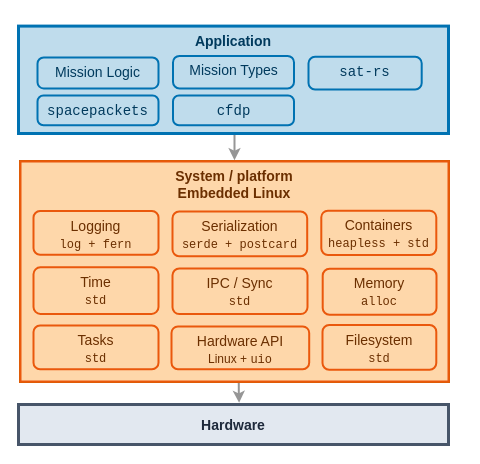
Above: static/sat-rs/book/images/satrs-arch-linux.drawio in robamu/robamu.github.io (draw.io), before the change. Source tidied: cells renumbered, new cells numbered last; positions are measured from the earlier drawing's top-left corner, leaving out a move shared by most shapes. Both pictures are drawn from the tidied source at 100%, with x=0, y=0 at pixel (18, 26).
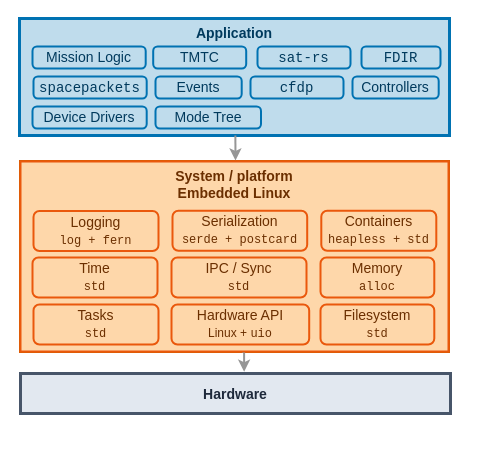
After the change.

Change to the diagram source:
```diff
@@
+    <mxCell id="5" style="group;fillColor=#FFF7ED;rounded=0;labelBackgroundColor=none;fontColor=#6B2F00;strokeColor=#D55E00;strokeWidth=3;perimeterSpacing=1;" parent="1" vertex="1">
+      <mxGeometry x="2" y="135" width="428" height="190" as="geometry" />
+    </mxCell>
     <mxCell id="2" value="Hardware" style="rounded=0;arcSize=20;strokeWidth=3;fillColor=#E2E8F0;strokeColor=#475569;fontColor=#1E293B;labelBackgroundColor=none;fontStyle=1;fontSize=14;perimeterSpacing=1;" parent="1" vertex="1">
-      <mxGeometry y="378" width="430" height="40" as="geometry" />
+      <mxGeometry x="2" y="347" width="430" height="40" as="geometry" />
     </mxCell>
-    <mxCell id="3" style="rounded=0;jettySize=auto;html=1;strokeWidth=2;labelBackgroundColor=none;strokeColor=#969696;fontColor=default;entryX=0.513;entryY=-0.015;entryDx=0;entryDy=0;entryPerimeter=0;endArrow=classic;endFill=1;edgeStyle=orthogonalEdgeStyle;exitX=0.51;exitY=1.006;exitDx=0;exitDy=0;exitPerimeter=0;" parent="1" edge="1" source="6" target="2">
+    <mxCell id="3" style="rounded=0;jettySize=auto;html=1;strokeWidth=2;labelBackgroundColor=none;strokeColor=#969696;fontColor=default;entryX=0.52;entryY=-0.019;entryDx=0;entryDy=0;entryPerimeter=0;endArrow=classic;endFill=1;edgeStyle=orthogonalEdgeStyle;exitX=0.518;exitY=1.002;exitDx=0;exitDy=0;exitPerimeter=0;" parent="1" edge="1" source="6" target="2">
       <mxGeometry relative="1" as="geometry">
         <Array as="points">
-          <mxPoint x="220.3" y="365" />
-          <mxPoint x="220.6" y="365" />
+          <mxPoint x="223.6" y="325.4" />
         </Array>
       </mxGeometry>
     </mxCell>
-    <mxCell id="4" style="rounded=0;jettySize=auto;html=1;entryX=0.5;entryY=-0.006;entryDx=0;entryDy=0;entryPerimeter=0;strokeWidth=2;labelBackgroundColor=none;fontColor=default;exitX=0.445;exitY=0.994;exitDx=0;exitDy=0;exitPerimeter=0;edgeStyle=orthogonalEdgeStyle;curved=0;strokeColor=#969696;" parent="1" edge="1" target="6">
-      <mxGeometry relative="1" as="geometry">
-        <mxPoint x="200" y="99.5" as="sourcePoint" />
-      </mxGeometry>
-    </mxCell>
-    <mxCell id="5" style="group;fillColor=#FFF7ED;rounded=0;labelBackgroundColor=none;fontColor=#6B2F00;strokeColor=#D55E00;strokeWidth=3;perimeterSpacing=1;" parent="1" vertex="1">
-      <mxGeometry x="2" y="135" width="428" height="220" as="geometry" />
-    </mxCell>
+    <mxCell id="22" value=" " style="group;" parent="1" vertex="1">
+      <mxGeometry x="1" y="-5" width="443" height="139" as="geometry" />
+    </mxCell>
+    <mxCell id="23" style="group;" parent="22" vertex="1">
+      <mxGeometry width="443" height="114" as="geometry" />
+    </mxCell>
+    <mxCell id="16" value="Application" style="rounded=0;arcSize=20;strokeWidth=3;fillColor=#BFDCEC;strokeColor=#0072B2;fontSize=14;fontColor=#003A5D;labelBackgroundColor=none;fontStyle=1;labelPosition=center;verticalLabelPosition=middle;align=center;verticalAlign=top;spacingTop=0;perimeterSpacing=1;" parent="23" vertex="1">
+      <mxGeometry y="-3" width="430" height="117" as="geometry" />
+    </mxCell>
+    <mxCell id="17" value="&lt;span style=&quot;font-weight: normal;&quot;&gt;Mission Logic&lt;/span&gt;" style="rounded=1;whiteSpace=wrap;html=1;fillColor=#BFDCEC;fontColor=#003A5D;strokeColor=#0072B2;labelBackgroundColor=none;strokeWidth=2;align=center;verticalAlign=middle;fontFamily=Helvetica;fontSize=14;fontStyle=1;spacingTop=0;arcSize=20;" parent="23" vertex="1">
+      <mxGeometry x="13" y="25" width="113.2" height="22" as="geometry" />
+    </mxCell>
+    <mxCell id="18" value="&lt;span style=&quot;font-weight: normal;&quot;&gt;&lt;font face=&quot;Courier New&quot;&gt;sat-rs&lt;/font&gt;&lt;/span&gt;" style="rounded=1;whiteSpace=wrap;html=1;fillColor=#BFDCEC;fontColor=#003A5D;strokeColor=#0072B2;labelBackgroundColor=none;strokeWidth=2;align=center;verticalAlign=middle;fontFamily=Helvetica;fontSize=14;fontStyle=1;spacingTop=0;arcSize=20;" parent="23" vertex="1">
+      <mxGeometry x="238" y="25" width="93" height="22" as="geometry" />
+    </mxCell>
+    <mxCell id="20" value="&lt;span style=&quot;font-weight: normal;&quot;&gt;&lt;font face=&quot;Courier New&quot;&gt;spacepackets&lt;/font&gt;&lt;/span&gt;" style="rounded=1;whiteSpace=wrap;html=1;fillColor=#BFDCEC;fontColor=#003A5D;strokeColor=#0072B2;labelBackgroundColor=none;strokeWidth=2;align=center;verticalAlign=middle;fontFamily=Helvetica;fontSize=14;fontStyle=1;spacingTop=0;arcSize=20;" parent="23" vertex="1">
+      <mxGeometry x="14" y="55" width="113.2" height="22" as="geometry" />
+    </mxCell>
+    <mxCell id="24" value="&lt;span style=&quot;font-weight: normal;&quot;&gt;Events&lt;/span&gt;" style="rounded=1;whiteSpace=wrap;html=1;fillColor=#BFDCEC;fontColor=#003A5D;strokeColor=#0072B2;labelBackgroundColor=none;strokeWidth=2;align=center;verticalAlign=middle;fontFamily=Helvetica;fontSize=14;fontStyle=1;spacingTop=0;arcSize=20;" parent="23" vertex="1">
+      <mxGeometry x="136" y="55" width="86.2" height="22" as="geometry" />
+    </mxCell>
+    <mxCell id="21" value="&lt;span style=&quot;font-weight: normal;&quot;&gt;&lt;font face=&quot;Courier New&quot;&gt;cfdp&lt;/font&gt;&lt;/span&gt;" style="rounded=1;whiteSpace=wrap;html=1;fillColor=#BFDCEC;fontColor=#003A5D;strokeColor=#0072B2;labelBackgroundColor=none;strokeWidth=2;align=center;verticalAlign=middle;fontFamily=Helvetica;fontSize=14;fontStyle=1;spacingTop=0;arcSize=20;" parent="23" vertex="1">
+      <mxGeometry x="231" y="55" width="93" height="22" as="geometry" />
+    </mxCell>
+    <mxCell id="25" value="&lt;span style=&quot;font-weight: normal;&quot;&gt;Device Drivers&lt;/span&gt;" style="rounded=1;whiteSpace=wrap;html=1;fillColor=#BFDCEC;fontColor=#003A5D;strokeColor=#0072B2;labelBackgroundColor=none;strokeWidth=2;align=center;verticalAlign=middle;fontFamily=Helvetica;fontSize=14;fontStyle=1;spacingTop=0;arcSize=20;" parent="23" vertex="1">
+      <mxGeometry x="13" y="85" width="114.2" height="22" as="geometry" />
+    </mxCell>
+    <mxCell id="26" value="&lt;span style=&quot;font-weight: normal;&quot;&gt;Mode Tree&lt;/span&gt;" style="rounded=1;whiteSpace=wrap;html=1;fillColor=#BFDCEC;fontColor=#003A5D;strokeColor=#0072B2;labelBackgroundColor=none;strokeWidth=2;align=center;verticalAlign=middle;fontFamily=Helvetica;fontSize=14;fontStyle=1;spacingTop=0;arcSize=20;" parent="23" vertex="1">
+      <mxGeometry x="136" y="85" width="105.5" height="22" as="geometry" />
+    </mxCell>
+    <mxCell id="27" value="&lt;span style=&quot;font-weight: normal;&quot;&gt;Controllers&lt;/span&gt;" style="rounded=1;whiteSpace=wrap;html=1;fillColor=#BFDCEC;fontColor=#003A5D;strokeColor=#0072B2;labelBackgroundColor=none;strokeWidth=2;align=center;verticalAlign=middle;fontFamily=Helvetica;fontSize=14;fontStyle=1;spacingTop=0;arcSize=20;" parent="23" vertex="1">
+      <mxGeometry x="333" y="55" width="86.2" height="22" as="geometry" />
+    </mxCell>
+    <mxCell id="28" value="&lt;span style=&quot;font-weight: normal;&quot;&gt;TMTC&lt;/span&gt;" style="rounded=1;whiteSpace=wrap;html=1;fillColor=#BFDCEC;fontColor=#003A5D;strokeColor=#0072B2;labelBackgroundColor=none;strokeWidth=2;align=center;verticalAlign=middle;fontFamily=Helvetica;fontSize=14;fontStyle=1;spacingTop=0;arcSize=20;" parent="23" vertex="1">
+      <mxGeometry x="133.7" y="25" width="93" height="22" as="geometry" />
+    </mxCell>
+    <mxCell id="29" value="&lt;span style=&quot;font-weight: normal;&quot;&gt;&lt;font face=&quot;Courier New&quot;&gt;FDIR&lt;/font&gt;&lt;/span&gt;" style="rounded=1;whiteSpace=wrap;html=1;fillColor=#BFDCEC;fontColor=#003A5D;strokeColor=#0072B2;labelBackgroundColor=none;strokeWidth=2;align=center;verticalAlign=middle;fontFamily=Helvetica;fontSize=14;fontStyle=1;spacingTop=0;arcSize=20;" parent="23" vertex="1">
+      <mxGeometry x="342" y="25" width="79" height="22" as="geometry" />
+    </mxCell>
+    <mxCell id="30" style="rounded=0;jettySize=auto;html=1;entryX=0.5;entryY=-0.006;entryDx=0;entryDy=0;entryPerimeter=0;strokeWidth=2;labelBackgroundColor=none;fontColor=default;exitX=0.502;exitY=0.992;exitDx=0;exitDy=0;exitPerimeter=0;edgeStyle=orthogonalEdgeStyle;curved=0;strokeColor=#969696;" parent="22" edge="1" source="16">
+      <mxGeometry relative="1" as="geometry">
+        <mxPoint x="216" y="139" as="targetPoint" />
+      </mxGeometry>
+    </mxCell>
-    <mxCell id="6" value="System / platform&#10;Embedded Linux" style="whiteSpace=wrap;strokeWidth=2;verticalAlign=top;fillColor=#FED7AA;strokeColor=#EA580C;fontColor=#6B2F00;fontSize=14;rounded=0;labelBackgroundColor=none;fontStyle=1;" parent="5" vertex="1">
-      <mxGeometry width="428" height="220" as="geometry" />
+    <mxCell id="6" value="System / platform&#10;Embedded Linux" style="whiteSpace=wrap;strokeWidth=2;verticalAlign=top;fillColor=#FED7AA;strokeColor=#EA580C;fontColor=#6B2F00;fontSize=14;rounded=0;labelBackgroundColor=none;fontStyle=1;" parent="1" vertex="1">
+      <mxGeometry x="2" y="135" width="428" height="190" as="geometry" />
     </mxCell>
-    <mxCell id="7" value="&lt;span style=&quot;font-weight: normal;&quot;&gt;Logging&lt;br&gt;&lt;/span&gt;&lt;div&gt;&lt;span style=&quot;font-weight: normal;&quot;&gt;&lt;font face=&quot;Courier New&quot; style=&quot;font-size: 12px;&quot;&gt;log + fern&lt;/font&gt;&lt;/span&gt;&lt;/div&gt;" style="rounded=1;whiteSpace=wrap;html=1;fillColor=#FED7AA;fontColor=#6B2F00;strokeColor=#EA580C;labelBackgroundColor=none;strokeWidth=2;align=center;verticalAlign=top;fontFamily=Helvetica;fontSize=14;fontStyle=1;" parent="5" vertex="1">
-      <mxGeometry x="13" y="49.5" width="125" height="43.7" as="geometry" />
+    <mxCell id="7" value="&lt;span style=&quot;font-weight: normal;&quot;&gt;Logging&lt;br&gt;&lt;/span&gt;&lt;div&gt;&lt;span style=&quot;font-weight: normal;&quot;&gt;&lt;font face=&quot;Courier New&quot; style=&quot;font-size: 12px;&quot;&gt;log + fern&lt;/font&gt;&lt;/span&gt;&lt;/div&gt;" style="rounded=1;whiteSpace=wrap;html=1;fillColor=#FED7AA;fontColor=#6B2F00;strokeColor=#EA580C;labelBackgroundColor=none;strokeWidth=2;align=center;verticalAlign=middle;fontFamily=Helvetica;fontSize=14;fontStyle=1;" parent="1" vertex="1">
+      <mxGeometry x="15" y="184.5" width="125" height="40" as="geometry" />
     </mxCell>
-    <mxCell id="8" value="&lt;span style=&quot;font-weight: normal;&quot;&gt;Serialization&lt;br&gt;&lt;font face=&quot;Courier New&quot; style=&quot;font-size: 12px;&quot;&gt;serde + postcard&lt;/font&gt;&lt;/span&gt;" style="rounded=1;whiteSpace=wrap;html=1;fillColor=#FED7AA;fontColor=#6B2F00;strokeColor=#EA580C;labelBackgroundColor=none;strokeWidth=2;align=center;verticalAlign=top;fontFamily=Helvetica;fontSize=14;fontStyle=1;" parent="5" vertex="1">
-      <mxGeometry x="152" y="50" width="134.7" height="44.7" as="geometry" />
+    <mxCell id="8" value="&lt;span style=&quot;font-weight: normal;&quot;&gt;Serialization&lt;br&gt;&lt;font face=&quot;Courier New&quot; style=&quot;font-size: 12px;&quot;&gt;serde + postcard&lt;/font&gt;&lt;/span&gt;" style="rounded=1;whiteSpace=wrap;html=1;fillColor=#FED7AA;fontColor=#6B2F00;strokeColor=#EA580C;labelBackgroundColor=none;strokeWidth=2;align=center;verticalAlign=middle;fontFamily=Helvetica;fontSize=14;fontStyle=1;" parent="1" vertex="1">
+      <mxGeometry x="154" y="184.2" width="134.7" height="40" as="geometry" />
     </mxCell>
-    <mxCell id="9" value="&lt;span style=&quot;font-weight: normal;&quot;&gt;Containers&lt;br&gt;&lt;font face=&quot;Courier New&quot; style=&quot;font-size: 12px;&quot;&gt;heapless + std&lt;/font&gt;&lt;/span&gt;" style="rounded=1;whiteSpace=wrap;html=1;fillColor=#FED7AA;fontColor=#6B2F00;strokeColor=#EA580C;labelBackgroundColor=none;strokeWidth=2;align=center;verticalAlign=top;fontFamily=Helvetica;fontSize=14;fontStyle=1;" parent="5" vertex="1">
-      <mxGeometry x="300.8" y="49.2" width="115" height="44.3" as="geometry" />
+    <mxCell id="9" value="&lt;span style=&quot;font-weight: normal;&quot;&gt;Containers&lt;br&gt;&lt;font face=&quot;Courier New&quot; style=&quot;font-size: 12px;&quot;&gt;heapless + std&lt;/font&gt;&lt;/span&gt;" style="rounded=1;whiteSpace=wrap;html=1;fillColor=#FED7AA;fontColor=#6B2F00;strokeColor=#EA580C;labelBackgroundColor=none;strokeWidth=2;align=center;verticalAlign=middle;fontFamily=Helvetica;fontSize=14;fontStyle=1;" parent="1" vertex="1">
+      <mxGeometry x="302.8" y="184.2" width="115" height="40" as="geometry" />
     </mxCell>
-    <mxCell id="10" value="&lt;span style=&quot;font-weight: normal;&quot;&gt;Time&lt;br&gt;&lt;font style=&quot;font-size: 12px;&quot; face=&quot;Courier New&quot;&gt;std&lt;/font&gt;&lt;/span&gt;" style="rounded=1;whiteSpace=wrap;html=1;fillColor=#FED7AA;fontColor=#6B2F00;strokeColor=#EA580C;labelBackgroundColor=none;strokeWidth=2;align=center;verticalAlign=top;fontFamily=Helvetica;fontSize=14;fontStyle=1;" parent="5" vertex="1">
-      <mxGeometry x="13" y="105.8" width="125" height="46.6" as="geometry" />
+    <mxCell id="10" value="&lt;span style=&quot;font-weight: normal;&quot;&gt;Time&lt;br&gt;&lt;font style=&quot;font-size: 12px;&quot; face=&quot;Courier New&quot;&gt;std&lt;/font&gt;&lt;/span&gt;" style="rounded=1;whiteSpace=wrap;html=1;fillColor=#FED7AA;fontColor=#6B2F00;strokeColor=#EA580C;labelBackgroundColor=none;strokeWidth=2;align=center;verticalAlign=middle;fontFamily=Helvetica;fontSize=14;fontStyle=1;" parent="1" vertex="1">
+      <mxGeometry x="14" y="231" width="125" height="40" as="geometry" />
     </mxCell>
-    <mxCell id="11" value="&lt;span style=&quot;font-weight: normal;&quot;&gt;IPC / Sync&lt;br&gt;&lt;/span&gt;&lt;div&gt;&lt;span style=&quot;font-weight: normal;&quot;&gt;&lt;font style=&quot;font-size: 12px;&quot; face=&quot;Courier New&quot;&gt;std&lt;/font&gt;&lt;/span&gt;&lt;/div&gt;" style="rounded=1;whiteSpace=wrap;html=1;fillColor=#FED7AA;fontColor=#6B2F00;strokeColor=#EA580C;labelBackgroundColor=none;strokeWidth=2;align=center;verticalAlign=top;fontFamily=Helvetica;fontSize=14;fontStyle=1;" parent="5" vertex="1">
-      <mxGeometry x="152" y="107" width="135" height="45.6" as="geometry" />
+    <mxCell id="11" value="&lt;span style=&quot;font-weight: normal;&quot;&gt;IPC / Sync&lt;br&gt;&lt;/span&gt;&lt;div&gt;&lt;span style=&quot;font-weight: normal;&quot;&gt;&lt;font style=&quot;font-size: 12px;&quot; face=&quot;Courier New&quot;&gt;std&lt;/font&gt;&lt;/span&gt;&lt;/div&gt;" style="rounded=1;whiteSpace=wrap;html=1;fillColor=#FED7AA;fontColor=#6B2F00;strokeColor=#EA580C;labelBackgroundColor=none;strokeWidth=2;align=center;verticalAlign=middle;fontFamily=Helvetica;fontSize=14;fontStyle=1;" parent="1" vertex="1">
+      <mxGeometry x="153" y="231" width="135" height="40" as="geometry" />
     </mxCell>
-    <mxCell id="12" value="&lt;span style=&quot;font-weight: normal;&quot;&gt;Memory&lt;br&gt;&lt;font face=&quot;Courier New&quot; style=&quot;font-size: 12px;&quot;&gt;alloc&lt;/font&gt;&lt;/span&gt;" style="rounded=1;whiteSpace=wrap;html=1;fillColor=#FED7AA;fontColor=#6B2F00;strokeColor=#EA580C;labelBackgroundColor=none;strokeWidth=2;align=center;verticalAlign=top;fontFamily=Helvetica;fontSize=14;fontStyle=1;" parent="5" vertex="1">
-      <mxGeometry x="302.2" y="107.2" width="113.8" height="46.1" as="geometry" />
+    <mxCell id="12" value="&lt;span style=&quot;font-weight: normal;&quot;&gt;Memory&lt;br&gt;&lt;font face=&quot;Courier New&quot; style=&quot;font-size: 12px;&quot;&gt;alloc&lt;/font&gt;&lt;/span&gt;" style="rounded=1;whiteSpace=wrap;html=1;fillColor=#FED7AA;fontColor=#6B2F00;strokeColor=#EA580C;labelBackgroundColor=none;strokeWidth=2;align=center;verticalAlign=middle;fontFamily=Helvetica;fontSize=14;fontStyle=1;" parent="1" vertex="1">
+      <mxGeometry x="302" y="231" width="113.8" height="40" as="geometry" />
     </mxCell>
-    <mxCell id="13" value="&lt;span style=&quot;font-weight: normal;&quot;&gt;Tasks&lt;br&gt;&lt;font face=&quot;Courier New&quot;&gt;&lt;span style=&quot;font-size: 12px;&quot;&gt;std&lt;/span&gt;&lt;/font&gt;&lt;/span&gt;" style="rounded=1;whiteSpace=wrap;html=1;fillColor=#FED7AA;fontColor=#6B2F00;strokeColor=#EA580C;labelBackgroundColor=none;strokeWidth=2;align=center;verticalAlign=top;fontFamily=Helvetica;fontSize=14;fontStyle=1;" parent="5" vertex="1">
-      <mxGeometry x="13" y="164" width="125" height="43.7" as="geometry" />
+    <mxCell id="13" value="&lt;span style=&quot;font-weight: normal;&quot;&gt;Tasks&lt;br&gt;&lt;font face=&quot;Courier New&quot;&gt;&lt;span style=&quot;font-size: 12px;&quot;&gt;std&lt;/span&gt;&lt;/font&gt;&lt;/span&gt;" style="rounded=1;whiteSpace=wrap;html=1;fillColor=#FED7AA;fontColor=#6B2F00;strokeColor=#EA580C;labelBackgroundColor=none;strokeWidth=2;align=center;verticalAlign=middle;fontFamily=Helvetica;fontSize=14;fontStyle=1;" parent="1" vertex="1">
+      <mxGeometry x="15" y="278" width="125" height="40" as="geometry" />
     </mxCell>
-    <mxCell id="14" value="&lt;span style=&quot;font-weight: normal;&quot;&gt;Hardware API&lt;/span&gt;&lt;div&gt;&lt;span style=&quot;font-weight: normal;&quot;&gt;&lt;font style=&quot;font-size: 12px;&quot;&gt;Linux + &lt;font face=&quot;Courier New&quot;&gt;uio&lt;/font&gt;&lt;/font&gt;&lt;/span&gt;&lt;/div&gt;" style="rounded=1;whiteSpace=wrap;html=1;fillColor=#FED7AA;fontColor=#6B2F00;strokeColor=#EA580C;labelBackgroundColor=none;strokeWidth=2;align=center;verticalAlign=top;fontFamily=Helvetica;fontSize=14;fontStyle=1;" parent="5" vertex="1">
-      <mxGeometry x="151" y="165" width="137.7" height="42.7" as="geometry" />
+    <mxCell id="14" value="&lt;span style=&quot;font-weight: normal;&quot;&gt;Hardware API&lt;/span&gt;&lt;div&gt;&lt;span style=&quot;font-weight: normal;&quot;&gt;&lt;font style=&quot;font-size: 12px;&quot;&gt;Linux + &lt;font face=&quot;Courier New&quot;&gt;uio&lt;/font&gt;&lt;/font&gt;&lt;/span&gt;&lt;/div&gt;" style="rounded=1;whiteSpace=wrap;html=1;fillColor=#FED7AA;fontColor=#6B2F00;strokeColor=#EA580C;labelBackgroundColor=none;strokeWidth=2;align=center;verticalAlign=middle;fontFamily=Helvetica;fontSize=14;fontStyle=1;" parent="1" vertex="1">
+      <mxGeometry x="153" y="278" width="137.7" height="40" as="geometry" />
     </mxCell>
-    <mxCell id="15" value="&lt;span style=&quot;font-weight: normal;&quot;&gt;Filesystem&lt;br&gt;&lt;font face=&quot;Courier New&quot; style=&quot;font-size: 12px;&quot;&gt;std&lt;/font&gt;&lt;/span&gt;" style="rounded=1;whiteSpace=wrap;html=1;fillColor=#FED7AA;fontColor=#6B2F00;strokeColor=#EA580C;labelBackgroundColor=none;strokeWidth=2;align=center;verticalAlign=top;fontFamily=Helvetica;fontSize=14;fontStyle=1;" parent="5" vertex="1">
-      <mxGeometry x="302" y="163.5" width="113.8" height="44.7" as="geometry" />
+    <mxCell id="15" value="&lt;span style=&quot;font-weight: normal;&quot;&gt;Filesystem&lt;br&gt;&lt;font face=&quot;Courier New&quot; style=&quot;font-size: 12px;&quot;&gt;std&lt;/font&gt;&lt;/span&gt;" style="rounded=1;whiteSpace=wrap;html=1;fillColor=#FED7AA;fontColor=#6B2F00;strokeColor=#EA580C;labelBackgroundColor=none;strokeWidth=2;align=center;verticalAlign=middle;fontFamily=Helvetica;fontSize=14;fontStyle=1;" parent="1" vertex="1">
+      <mxGeometry x="302" y="278" width="113.8" height="40" as="geometry" />
     </mxCell>
-    <mxCell id="16" value="Application" style="rounded=0;arcSize=20;strokeWidth=3;fillColor=#BFDCEC;strokeColor=#0072B2;fontSize=14;fontColor=#003A5D;labelBackgroundColor=none;fontStyle=1;labelPosition=center;verticalLabelPosition=middle;align=center;verticalAlign=top;spacingTop=0;" parent="1" vertex="1">
-      <mxGeometry y="-0.4" width="430" height="107.4" as="geometry" />
-    </mxCell>
-    <mxCell id="17" value="&lt;span style=&quot;font-weight: normal;&quot;&gt;Mission Logic&lt;/span&gt;" style="rounded=1;whiteSpace=wrap;html=1;fillColor=#BFDCEC;fontColor=#003A5D;strokeColor=#0072B2;labelBackgroundColor=none;strokeWidth=2;align=center;verticalAlign=top;fontFamily=Helvetica;fontSize=14;fontStyle=1;spacingTop=0;arcSize=20;" parent="1" vertex="1">
-      <mxGeometry x="19" y="31" width="121" height="30.9" as="geometry" />
-    </mxCell>
-    <mxCell id="18" value="&lt;span style=&quot;font-weight: normal;&quot;&gt;&lt;font face=&quot;Courier New&quot;&gt;sat-rs&lt;/font&gt;&lt;/span&gt;" style="rounded=1;whiteSpace=wrap;html=1;fillColor=#BFDCEC;fontColor=#003A5D;strokeColor=#0072B2;labelBackgroundColor=none;strokeWidth=2;align=center;verticalAlign=top;fontFamily=Helvetica;fontSize=14;fontStyle=1;spacingTop=0;arcSize=20;" parent="1" vertex="1">
-      <mxGeometry x="290" y="30.3" width="113.2" height="32.6" as="geometry" />
-    </mxCell>
-    <mxCell id="19" value="&lt;span style=&quot;font-weight: normal;&quot;&gt;Mission Types&lt;/span&gt;" style="rounded=1;whiteSpace=wrap;html=1;fillColor=#BFDCEC;fontColor=#003A5D;strokeColor=#0072B2;labelBackgroundColor=none;strokeWidth=2;align=center;verticalAlign=top;fontFamily=Helvetica;fontSize=14;fontStyle=1;spacingTop=0;arcSize=20;" parent="1" vertex="1">
-      <mxGeometry x="154.5" y="29.4" width="121" height="32.5" as="geometry" />
-    </mxCell>
-    <mxCell id="20" value="&lt;span style=&quot;font-weight: normal;&quot;&gt;&lt;font face=&quot;Courier New&quot;&gt;spacepackets&lt;/font&gt;&lt;/span&gt;" style="rounded=1;whiteSpace=wrap;html=1;fillColor=#BFDCEC;fontColor=#003A5D;strokeColor=#0072B2;labelBackgroundColor=none;strokeWidth=2;align=center;verticalAlign=top;fontFamily=Helvetica;fontSize=14;fontStyle=1;spacingTop=0;arcSize=20;" parent="1" vertex="1">
-      <mxGeometry x="19" y="69" width="121" height="29.8" as="geometry" />
-    </mxCell>
-    <mxCell id="21" value="&lt;span style=&quot;font-weight: normal;&quot;&gt;&lt;font face=&quot;Courier New&quot;&gt;cfdp&lt;/font&gt;&lt;/span&gt;" style="rounded=1;whiteSpace=wrap;html=1;fillColor=#BFDCEC;fontColor=#003A5D;strokeColor=#0072B2;labelBackgroundColor=none;strokeWidth=2;align=center;verticalAlign=top;fontFamily=Helvetica;fontSize=14;fontStyle=1;spacingTop=0;arcSize=20;" parent="1" vertex="1">
-      <mxGeometry x="154.5" y="69" width="121" height="29.8" as="geometry" />
-    </mxCell>
```
